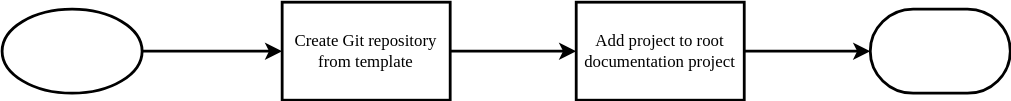
Before: modules/ROOT/images/proc_create_doc_proj.drawio.svg, a diagram exported from draw.io (Netbeheer-Nederland/doc-documentation-manual). Source tidied: cells renumbered, new cells last; positions are measured from the earlier drawing's top-left corner, leaving out a move shared by most shapes. Its diagram source:
```xml
<mxGraphModel>
  <root>
    <mxCell id="0" />
    <mxCell id="1" parent="0" />
    <mxCell id="2" style="edgeStyle=orthogonalEdgeStyle;rounded=0;jettySize=auto;html=1;strokeWidth=2;" parent="1" edge="1" source="3" target="5">
      <mxGeometry relative="1" as="geometry" />
    </mxCell>
    <mxCell id="3" style="strokeWidth=2;html=1;shape=mxgraph.flowchart.start_1;whiteSpace=wrap;rounded=0;fontFamily=Verdana;" parent="1" vertex="1">
      <mxGeometry y="5" width="100" height="60" as="geometry" />
    </mxCell>
    <mxCell id="4" style="edgeStyle=orthogonalEdgeStyle;rounded=0;jettySize=auto;html=1;strokeWidth=2;" parent="1" edge="1" source="5" target="7">
      <mxGeometry relative="1" as="geometry" />
    </mxCell>
    <mxCell id="5" value="Create Git repository from template" style="rounded=0;whiteSpace=wrap;html=1;absoluteArcSize=1;arcSize=14;strokeWidth=2;fontFamily=Verdana;" parent="1" vertex="1">
      <mxGeometry x="200" width="120" height="70" as="geometry" />
    </mxCell>
    <mxCell id="6" style="edgeStyle=orthogonalEdgeStyle;rounded=0;jettySize=auto;html=1;strokeWidth=2;" parent="1" edge="1" source="7" target="8">
      <mxGeometry relative="1" as="geometry" />
    </mxCell>
    <mxCell id="7" value="Add project to root documentation project" style="rounded=0;whiteSpace=wrap;html=1;absoluteArcSize=1;arcSize=14;strokeWidth=2;fontFamily=Verdana;" parent="1" vertex="1">
      <mxGeometry x="410" width="120" height="70" as="geometry" />
    </mxCell>
    <mxCell id="8" style="strokeWidth=2;html=1;shape=mxgraph.flowchart.terminator;whiteSpace=wrap;hachureGap=4;fontFamily=Architects Daughter;fontSource=https%3A%2F%2Ffonts.googleapis.com%2Fcss%3Ffamily%3DArchitects%2BDaughter;" parent="1" vertex="1">
      <mxGeometry x="620" y="5" width="100" height="60" as="geometry" />
    </mxCell>
  </root>
</mxGraphModel>
```
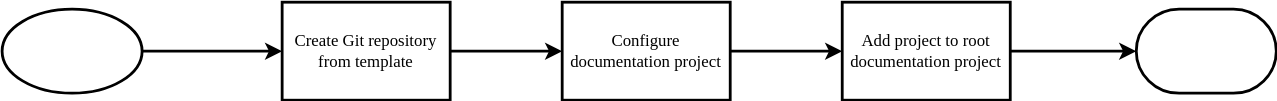
After the change.

What changed in the source:
```diff
@@ -8,9 +8,9 @@
     <mxCell id="3" style="strokeWidth=2;html=1;shape=mxgraph.flowchart.start_1;whiteSpace=wrap;rounded=0;fontFamily=Verdana;" parent="1" vertex="1">
       <mxGeometry y="5" width="100" height="60" as="geometry" />
     </mxCell>
-    <mxCell id="4" style="edgeStyle=orthogonalEdgeStyle;rounded=0;jettySize=auto;html=1;strokeWidth=2;" parent="1" edge="1" source="5" target="7">
-      <mxGeometry relative="1" as="geometry" />
-    </mxCell>
+    <mxCell id="9" style="edgeStyle=orthogonalEdgeStyle;rounded=0;jettySize=auto;html=1;strokeWidth=2;" parent="1" edge="1" source="5" target="11">
+      <mxGeometry relative="1" as="geometry" />
+    </mxCell>
     <mxCell id="5" value="Create Git repository from template" style="rounded=0;whiteSpace=wrap;html=1;absoluteArcSize=1;arcSize=14;strokeWidth=2;fontFamily=Verdana;" parent="1" vertex="1">
       <mxGeometry x="200" width="120" height="70" as="geometry" />
     </mxCell>
@@ -18,10 +18,16 @@
       <mxGeometry relative="1" as="geometry" />
     </mxCell>
     <mxCell id="7" value="Add project to root documentation project" style="rounded=0;whiteSpace=wrap;html=1;absoluteArcSize=1;arcSize=14;strokeWidth=2;fontFamily=Verdana;" parent="1" vertex="1">
-      <mxGeometry x="410" width="120" height="70" as="geometry" />
+      <mxGeometry x="600" width="120" height="70" as="geometry" />
     </mxCell>
     <mxCell id="8" style="strokeWidth=2;html=1;shape=mxgraph.flowchart.terminator;whiteSpace=wrap;hachureGap=4;fontFamily=Architects Daughter;fontSource=https%3A%2F%2Ffonts.googleapis.com%2Fcss%3Ffamily%3DArchitects%2BDaughter;" parent="1" vertex="1">
-      <mxGeometry x="620" y="5" width="100" height="60" as="geometry" />
+      <mxGeometry x="810" y="5" width="100" height="60" as="geometry" />
     </mxCell>
+    <mxCell id="10" style="edgeStyle=orthogonalEdgeStyle;rounded=0;jettySize=auto;html=1;strokeWidth=2;" parent="1" edge="1" source="11" target="7">
+      <mxGeometry relative="1" as="geometry" />
+    </mxCell>
+    <mxCell id="11" value="Configure documentation project" style="rounded=0;whiteSpace=wrap;html=1;absoluteArcSize=1;arcSize=14;strokeWidth=2;fontFamily=Verdana;" parent="1" vertex="1">
+      <mxGeometry x="400" width="120" height="70" as="geometry" />
+    </mxCell>
   </root>
 </mxGraphModel>
```
